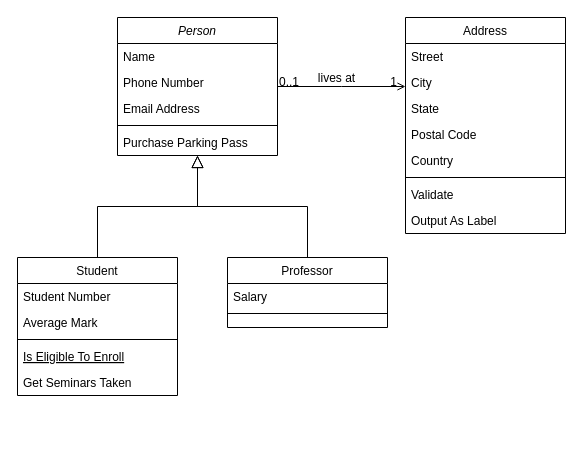
The draw.io diagram Диаграмма без названия.drawio in kirillf1/UML, before the edit. Source tidied: cells renumbered, new cells numbered last; positions are measured from the earlier drawing's top-left corner, leaving out a move shared by most shapes. Both pictures are drawn from the tidied source at 100%, with x=0, y=0 at pixel (17, 17).
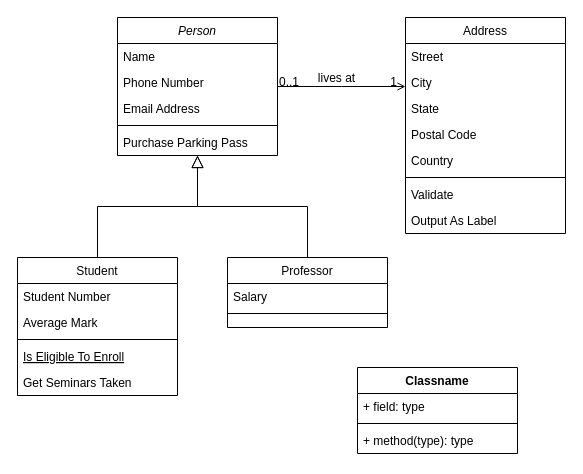
The same diagram, later.

The edit, as a diff of the source:
```diff
@@
+    <mxCell id="32" value="Classname" style="swimlane;fontStyle=1;align=center;verticalAlign=top;horizontal=1;startSize=26;whiteSpace=wrap;html=1;" parent="1" vertex="1">
+      <mxGeometry x="340" y="350" width="160" height="86" as="geometry" />
+    </mxCell>
+    <mxCell id="33" value="+ field: type" style="text;strokeColor=none;fillColor=none;align=left;verticalAlign=top;spacingLeft=4;spacingRight=4;overflow=hidden;whiteSpace=wrap;html=1;" parent="32" vertex="1">
+      <mxGeometry y="26" width="160" height="26" as="geometry" />
+    </mxCell>
+    <mxCell id="34" style="line;strokeWidth=1;fillColor=none;align=left;verticalAlign=middle;spacingTop=-1;spacingLeft=3;spacingRight=3;labelPosition=right;strokeColor=inherit;" parent="32" vertex="1">
+      <mxGeometry y="52" width="160" height="8" as="geometry" />
+    </mxCell>
+    <mxCell id="35" value="+ method(type): type" style="text;strokeColor=none;fillColor=none;align=left;verticalAlign=top;spacingLeft=4;spacingRight=4;overflow=hidden;whiteSpace=wrap;html=1;" parent="32" vertex="1">
+      <mxGeometry y="60" width="160" height="26" as="geometry" />
+    </mxCell>
```
